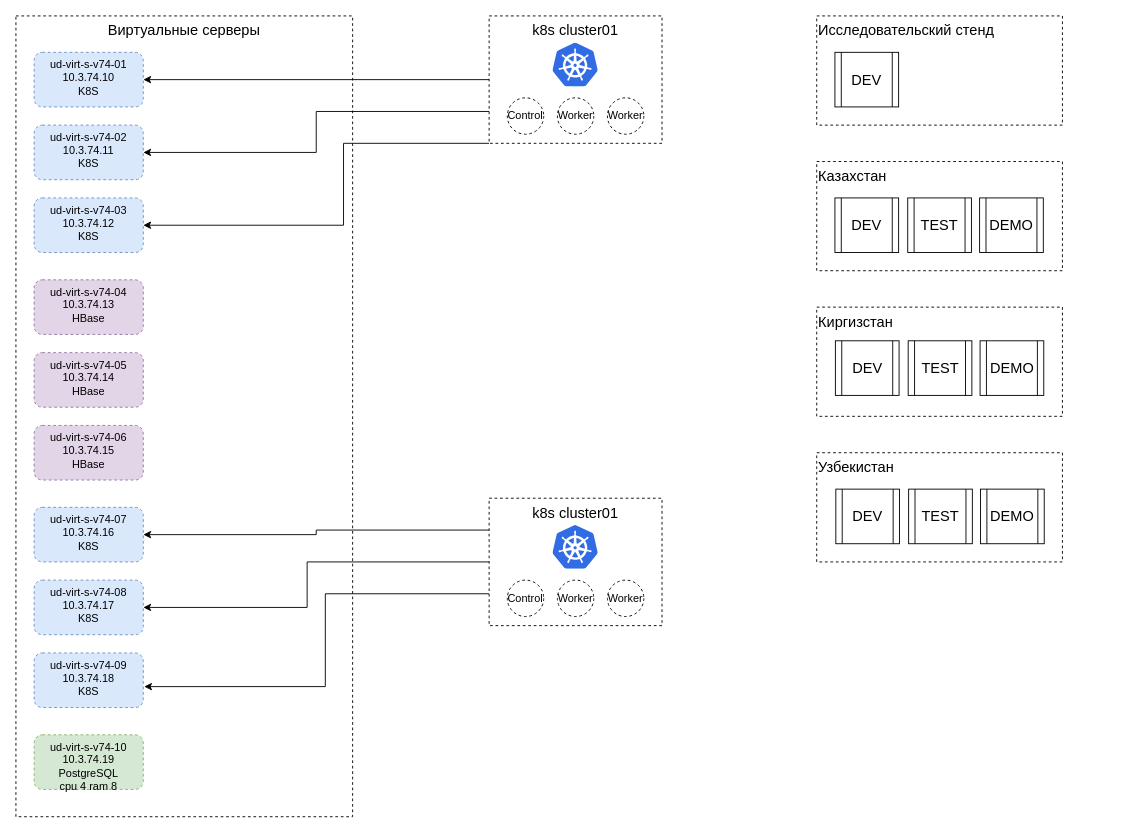
victorvk2002/test keeps this draw.io diagram as План.drawio. Above is the earlier version. Source tidied: cells renumbered, new cells numbered last; positions are measured from the earlier drawing's top-left corner, leaving out a move shared by most shapes. Both pictures are drawn from the tidied source at 91%, with x=0, y=0 at pixel (15, 15).
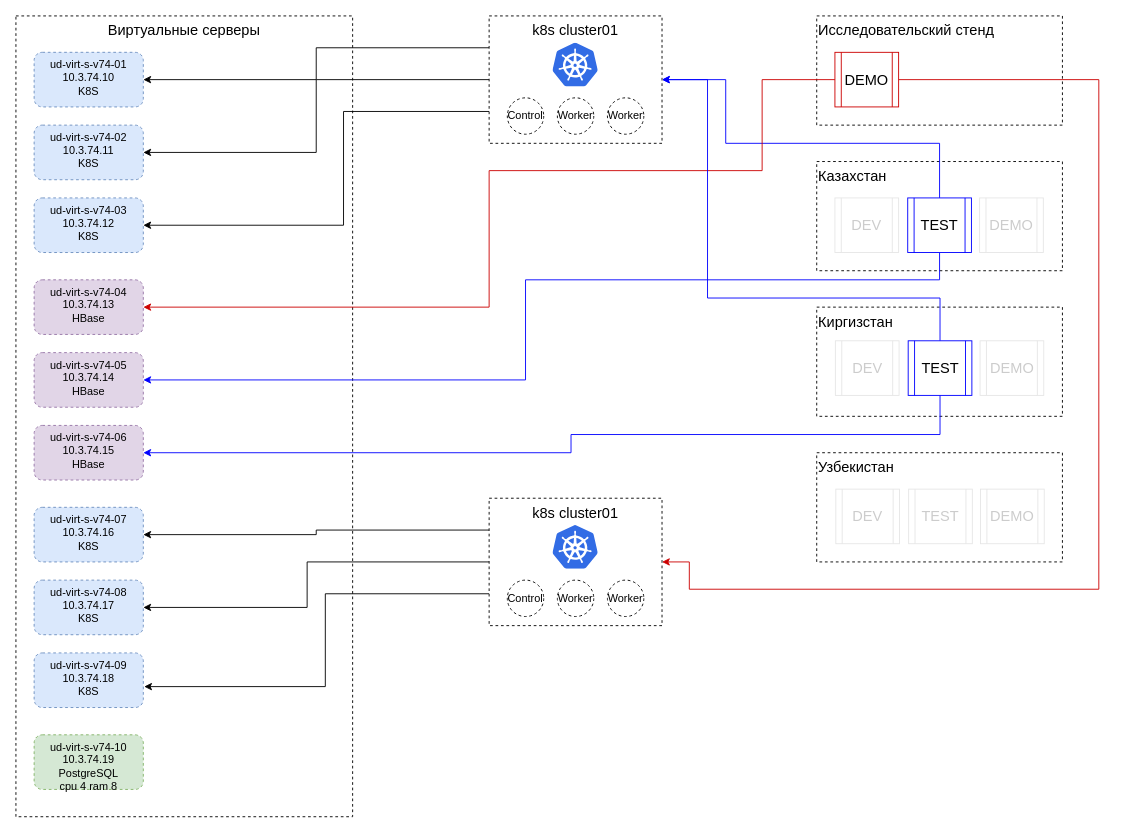
The same diagram, later.

Unchanged cells that the change refers to:
```xml
<mxCell id="3" value="ud-virt-s-v74-01&lt;br&gt;10.3.74.10&lt;br&gt;K8S" style="rounded=1;whiteSpace=wrap;html=1;dashed=1;align=center;verticalAlign=top;fillColor=#dae8fc;strokeColor=#6c8ebf;" parent="1" vertex="1">
  <mxGeometry x="20" y="40" width="120" height="60" as="geometry" />
</mxCell>
<mxCell id="4" value="ud-virt-s-v74-02&lt;br&gt;10.3.74.11&lt;br&gt;K8S" style="rounded=1;whiteSpace=wrap;html=1;dashed=1;align=center;verticalAlign=top;fillColor=#dae8fc;strokeColor=#6c8ebf;" parent="1" vertex="1">
  <mxGeometry x="20" y="120" width="120" height="60" as="geometry" />
</mxCell>
<mxCell id="5" value="ud-virt-s-v74-03&lt;br&gt;10.3.74.12&lt;br&gt;K8S" style="rounded=1;whiteSpace=wrap;html=1;dashed=1;align=center;verticalAlign=top;fillColor=#dae8fc;strokeColor=#6c8ebf;" parent="1" vertex="1">
  <mxGeometry x="20" y="200" width="120" height="60" as="geometry" />
</mxCell>
<mxCell id="9" value="ud-virt-s-v74-04&lt;br&gt;10.3.74.13&lt;br&gt;HBase" style="rounded=1;whiteSpace=wrap;html=1;dashed=1;align=center;verticalAlign=top;fillColor=#e1d5e7;strokeColor=#9673a6;" parent="1" vertex="1">
  <mxGeometry x="20" y="290" width="120" height="60" as="geometry" />
</mxCell>
<mxCell id="10" value="ud-virt-s-v74-05&lt;br&gt;10.3.74.14&lt;br&gt;HBase" style="rounded=1;whiteSpace=wrap;html=1;dashed=1;align=center;verticalAlign=top;fillColor=#e1d5e7;strokeColor=#9673a6;" parent="1" vertex="1">
  <mxGeometry x="20" y="370" width="120" height="60" as="geometry" />
</mxCell>
<mxCell id="11" value="ud-virt-s-v74-06&lt;br&gt;10.3.74.15&lt;br&gt;HBase" style="rounded=1;whiteSpace=wrap;html=1;dashed=1;align=center;verticalAlign=top;fillColor=#e1d5e7;strokeColor=#9673a6;" parent="1" vertex="1">
  <mxGeometry x="20" y="450" width="120" height="60" as="geometry" />
</mxCell>
<mxCell id="30" value="k8s cluster01" style="rounded=0;whiteSpace=wrap;html=1;fontSize=16;align=center;dashed=1;verticalAlign=top;" parent="1" vertex="1">
  <mxGeometry x="520" width="190" height="140" as="geometry" />
</mxCell>
<mxCell id="38" value="k8s cluster01" style="rounded=0;whiteSpace=wrap;html=1;fontSize=16;align=center;dashed=1;verticalAlign=top;" parent="1" vertex="1">
  <mxGeometry x="520" y="530" width="190" height="140" as="geometry" />
</mxCell>
```

Change to the diagram source:
```diff
@@
-    <mxCell id="17" value="DEV" style="shape=process;whiteSpace=wrap;html=1;backgroundOutline=1;fontSize=16;align=center;" parent="1" vertex="1">
+    <mxCell id="17" value="DEV" style="shape=process;whiteSpace=wrap;html=1;backgroundOutline=1;fontSize=16;align=center;strokeColor=#E6E6E6;fontColor=#CCCCCC;" parent="1" vertex="1">
       <mxGeometry x="900" y="200" width="70" height="60" as="geometry" />
     </mxCell>
+    <mxCell id="43" style="edgeStyle=orthogonalEdgeStyle;rounded=0;jettySize=auto;html=1;exitX=0.5;exitY=1;exitDx=0;exitDy=0;entryX=1;entryY=0.5;entryDx=0;entryDy=0;strokeColor=#0000FF;" parent="1" edge="1" source="18" target="10">
+      <mxGeometry relative="1" as="geometry">
+        <Array as="points">
+          <mxPoint x="1015" y="290" />
+          <mxPoint x="560" y="290" />
+          <mxPoint x="560" y="400" />
+        </Array>
+      </mxGeometry>
+    </mxCell>
+    <mxCell id="44" style="edgeStyle=orthogonalEdgeStyle;rounded=0;jettySize=auto;html=1;exitX=0.5;exitY=0;exitDx=0;exitDy=0;entryX=1;entryY=0.5;entryDx=0;entryDy=0;strokeColor=#0000FF;" parent="1" edge="1" source="18" target="30">
+      <mxGeometry relative="1" as="geometry">
+        <Array as="points">
+          <mxPoint x="1015" y="140" />
+          <mxPoint x="780" y="140" />
+          <mxPoint x="780" y="70" />
+        </Array>
+      </mxGeometry>
+    </mxCell>
-    <mxCell id="18" value="TEST" style="shape=process;whiteSpace=wrap;html=1;backgroundOutline=1;fontSize=16;align=center;" parent="1" vertex="1">
+    <mxCell id="18" value="TEST" style="shape=process;whiteSpace=wrap;html=1;backgroundOutline=1;fontSize=16;align=center;strokeColor=#0000FF;" parent="1" vertex="1">
       <mxGeometry x="980" y="200" width="70" height="60" as="geometry" />
     </mxCell>
-    <mxCell id="19" value="DEMO" style="shape=process;whiteSpace=wrap;html=1;backgroundOutline=1;fontSize=16;align=center;" parent="1" vertex="1">
+    <mxCell id="19" value="DEMO" style="shape=process;whiteSpace=wrap;html=1;backgroundOutline=1;fontSize=16;align=center;strokeColor=#E6E6E6;fontColor=#CCCCCC;" parent="1" vertex="1">
       <mxGeometry x="1059" y="200" width="70" height="60" as="geometry" />
     </mxCell>
+    <mxCell id="45" style="edgeStyle=orthogonalEdgeStyle;rounded=0;jettySize=auto;html=1;exitX=0;exitY=0.5;exitDx=0;exitDy=0;entryX=1;entryY=0.5;entryDx=0;entryDy=0;strokeColor=#CC0000;" parent="1" edge="1" source="20" target="9">
+      <mxGeometry relative="1" as="geometry">
+        <Array as="points">
+          <mxPoint x="820" y="70" />
+          <mxPoint x="820" y="170" />
+          <mxPoint x="520" y="170" />
+          <mxPoint x="520" y="320" />
+        </Array>
+      </mxGeometry>
+    </mxCell>
+    <mxCell id="46" style="edgeStyle=orthogonalEdgeStyle;rounded=0;jettySize=auto;html=1;exitX=1;exitY=0.5;exitDx=0;exitDy=0;entryX=1;entryY=0.5;entryDx=0;entryDy=0;strokeColor=#CC0000;" parent="1" edge="1" source="20" target="38">
+      <mxGeometry relative="1" as="geometry">
+        <Array as="points">
+          <mxPoint x="1190" y="70" />
+          <mxPoint x="1190" y="630" />
+          <mxPoint x="740" y="630" />
+          <mxPoint x="740" y="600" />
+        </Array>
+      </mxGeometry>
+    </mxCell>
-    <mxCell id="20" value="DEV" style="shape=process;whiteSpace=wrap;html=1;backgroundOutline=1;fontSize=16;align=center;" parent="1" vertex="1">
+    <mxCell id="20" value="DEMO" style="shape=process;whiteSpace=wrap;html=1;backgroundOutline=1;fontSize=16;align=center;strokeColor=#CC0000;" parent="1" vertex="1">
       <mxGeometry x="900" y="40" width="70" height="60" as="geometry" />
     </mxCell>
-    <mxCell id="21" value="DEV" style="shape=process;whiteSpace=wrap;html=1;backgroundOutline=1;fontSize=16;align=center;" parent="1" vertex="1">
+    <mxCell id="21" value="DEV" style="shape=process;whiteSpace=wrap;html=1;backgroundOutline=1;fontSize=16;align=center;strokeColor=#E6E6E6;fontColor=#CCCCCC;" parent="1" vertex="1">
       <mxGeometry x="900.5" y="357" width="70" height="60" as="geometry" />
     </mxCell>
+    <mxCell id="47" style="edgeStyle=orthogonalEdgeStyle;rounded=0;jettySize=auto;html=1;exitX=0.5;exitY=1;exitDx=0;exitDy=0;entryX=1;entryY=0.5;entryDx=0;entryDy=0;strokeColor=#0000FF;" parent="1" edge="1" source="22" target="11">
+      <mxGeometry relative="1" as="geometry">
+        <Array as="points">
+          <mxPoint x="1016" y="460" />
+          <mxPoint x="610" y="460" />
+          <mxPoint x="610" y="480" />
+        </Array>
+      </mxGeometry>
+    </mxCell>
+    <mxCell id="48" style="edgeStyle=orthogonalEdgeStyle;rounded=0;jettySize=auto;html=1;exitX=0.5;exitY=0;exitDx=0;exitDy=0;entryX=1;entryY=0.5;entryDx=0;entryDy=0;strokeColor=#0000FF;" parent="1" edge="1" source="22" target="30">
+      <mxGeometry relative="1" as="geometry">
+        <Array as="points">
+          <mxPoint x="1016" y="310" />
+          <mxPoint x="760" y="310" />
+          <mxPoint x="760" y="70" />
+        </Array>
+      </mxGeometry>
+    </mxCell>
-    <mxCell id="22" value="TEST" style="shape=process;whiteSpace=wrap;html=1;backgroundOutline=1;fontSize=16;align=center;" parent="1" vertex="1">
+    <mxCell id="22" value="TEST" style="shape=process;whiteSpace=wrap;html=1;backgroundOutline=1;fontSize=16;align=center;strokeColor=#0000FF;" parent="1" vertex="1">
       <mxGeometry x="980.5" y="357" width="70" height="60" as="geometry" />
     </mxCell>
-    <mxCell id="23" value="DEMO" style="shape=process;whiteSpace=wrap;html=1;backgroundOutline=1;fontSize=16;align=center;" parent="1" vertex="1">
+    <mxCell id="23" value="DEMO" style="shape=process;whiteSpace=wrap;html=1;backgroundOutline=1;fontSize=16;align=center;strokeColor=#E6E6E6;fontColor=#CCCCCC;" parent="1" vertex="1">
       <mxGeometry x="1059.5" y="357" width="70" height="60" as="geometry" />
     </mxCell>
-    <mxCell id="24" value="DEV" style="shape=process;whiteSpace=wrap;html=1;backgroundOutline=1;fontSize=16;align=center;" parent="1" vertex="1">
+    <mxCell id="24" value="DEV" style="shape=process;whiteSpace=wrap;html=1;backgroundOutline=1;fontSize=16;align=center;strokeColor=#E6E6E6;fontColor=#CCCCCC;" parent="1" vertex="1">
       <mxGeometry x="901" y="520" width="70" height="60" as="geometry" />
     </mxCell>
-    <mxCell id="25" value="TEST" style="shape=process;whiteSpace=wrap;html=1;backgroundOutline=1;fontSize=16;align=center;" parent="1" vertex="1">
+    <mxCell id="25" value="TEST" style="shape=process;whiteSpace=wrap;html=1;backgroundOutline=1;fontSize=16;align=center;strokeColor=#E6E6E6;fontColor=#CCCCCC;" parent="1" vertex="1">
       <mxGeometry x="981" y="520" width="70" height="60" as="geometry" />
     </mxCell>
-    <mxCell id="26" value="DEMO" style="shape=process;whiteSpace=wrap;html=1;backgroundOutline=1;fontSize=16;align=center;" parent="1" vertex="1">
+    <mxCell id="26" value="DEMO" style="shape=process;whiteSpace=wrap;html=1;backgroundOutline=1;fontSize=16;align=center;strokeColor=#E6E6E6;fontColor=#CCCCCC;" parent="1" vertex="1">
       <mxGeometry x="1060" y="520" width="70" height="60" as="geometry" />
     </mxCell>
-    <mxCell id="27" style="edgeStyle=orthogonalEdgeStyle;rounded=0;jettySize=auto;html=1;exitX=0;exitY=0.5;exitDx=0;exitDy=0;entryX=1;entryY=0.5;entryDx=0;entryDy=0;" parent="1" edge="1" source="30" target="3">
+    <mxCell id="27" style="edgeStyle=orthogonalEdgeStyle;rounded=0;jettySize=auto;html=1;exitX=0;exitY=0.25;exitDx=0;exitDy=0;entryX=1;entryY=0.5;entryDx=0;entryDy=0;" parent="1" edge="1" source="30" target="3">
       <mxGeometry relative="1" as="geometry" />
     </mxCell>
-    <mxCell id="28" style="edgeStyle=orthogonalEdgeStyle;rounded=0;jettySize=auto;html=1;exitX=0;exitY=0.75;exitDx=0;exitDy=0;entryX=1;entryY=0.5;entryDx=0;entryDy=0;" parent="1" edge="1" source="30" target="4">
+    <mxCell id="28" style="edgeStyle=orthogonalEdgeStyle;rounded=0;jettySize=auto;html=1;exitX=0;exitY=0.5;exitDx=0;exitDy=0;entryX=1;entryY=0.5;entryDx=0;entryDy=0;" parent="1" edge="1" source="30" target="4">
       <mxGeometry relative="1" as="geometry" />
     </mxCell>
-    <mxCell id="29" style="edgeStyle=orthogonalEdgeStyle;rounded=0;jettySize=auto;html=1;exitX=0;exitY=1;exitDx=0;exitDy=0;entryX=1;entryY=0.5;entryDx=0;entryDy=0;" parent="1" edge="1" source="30" target="5">
+    <mxCell id="29" style="edgeStyle=orthogonalEdgeStyle;rounded=0;jettySize=auto;html=1;exitX=0;exitY=0.75;exitDx=0;exitDy=0;entryX=1;entryY=0.5;entryDx=0;entryDy=0;" parent="1" edge="1" source="30" target="5">
       <mxGeometry relative="1" as="geometry">
         <Array as="points">
-          <mxPoint x="360" y="140" />
+          <mxPoint x="360" y="105" />
           <mxPoint x="360" y="230" />
         </Array>
       </mxGeometry>
     </mxCell>
```
